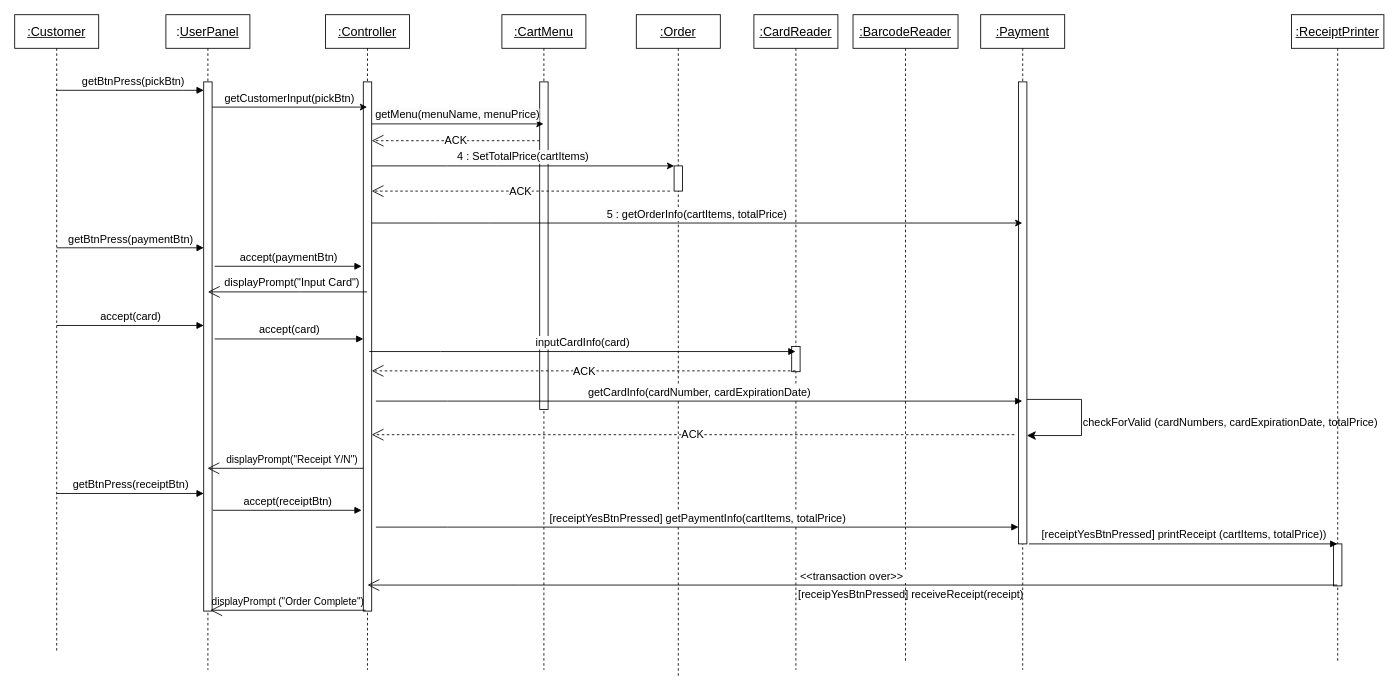
SSWU-light-2021/kiosk_UML keeps this draw.io diagram as 제목 없는 다이어그램.drawio. Above is the earlier version. Source tidied: cells renumbered, new cells numbered last; positions are measured from the earlier drawing's top-left corner, leaving out a move shared by most shapes. Both pictures are drawn from the tidied source at 84%, with x=0, y=0 at pixel (14, 14).
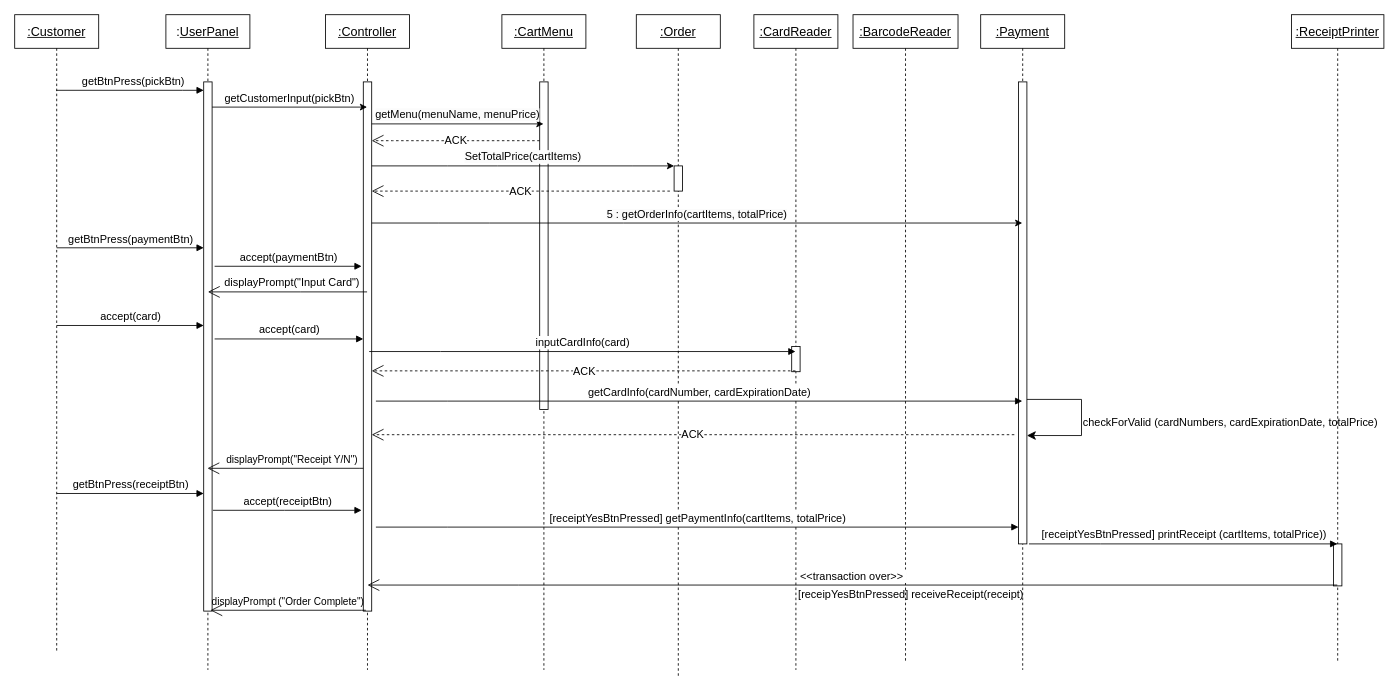
Above is the later version.

Commit message (it also covers changes not shown here):
제목 없는 다이어그램.drawio 업데이트

The change refers to these unchanged cells:
```xml
<mxCell id="7" style="html=1;points=[];perimeter=orthogonalPerimeter;outlineConnect=0;targetShapes=umlLifeline;portConstraint=eastwest;newEdgeStyle={&quot;edgeStyle&quot;:&quot;elbowEdgeStyle&quot;,&quot;elbow&quot;:&quot;vertical&quot;,&quot;curved&quot;:0,&quot;rounded&quot;:0};" parent="6" vertex="1">
  <mxGeometry x="45" y="80" width="10" height="630" as="geometry" />
</mxCell>
<mxCell id="9" style="html=1;points=[];perimeter=orthogonalPerimeter;outlineConnect=0;targetShapes=umlLifeline;portConstraint=eastwest;newEdgeStyle={&quot;edgeStyle&quot;:&quot;elbowEdgeStyle&quot;,&quot;elbow&quot;:&quot;vertical&quot;,&quot;curved&quot;:0,&quot;rounded&quot;:0};" parent="8" vertex="1">
  <mxGeometry x="45" y="180" width="10" height="30" as="geometry" />
</mxCell>
```

The edit, as a diff of the source:
```diff
@@
-    <mxCell id="23" value="&lt;span style=&quot;color: rgb(0, 0, 0); font-family: Helvetica; font-size: 13px; font-style: normal; font-variant-ligatures: normal; font-variant-caps: normal; font-weight: 400; letter-spacing: normal; orphans: 2; text-align: center; text-indent: 0px; text-transform: none; widows: 2; word-spacing: 0px; -webkit-text-stroke-width: 0px; background-color: rgb(251, 251, 251); text-decoration-thickness: initial; text-decoration-style: initial; text-decoration-color: initial; float: none; display: inline !important;&quot;&gt;4 :&amp;nbsp;SetTotalPrice(cartItems)&lt;/span&gt;" style="endArrow=classic;html=1;rounded=0;labelPosition=center;verticalLabelPosition=top;align=center;verticalAlign=bottom;" parent="1" edge="1" source="7" target="9">
+    <mxCell id="23" value="&lt;span style=&quot;color: rgb(0, 0, 0); font-family: Helvetica; font-size: 13px; font-style: normal; font-variant-ligatures: normal; font-variant-caps: normal; font-weight: 400; letter-spacing: normal; orphans: 2; text-align: center; text-indent: 0px; text-transform: none; widows: 2; word-spacing: 0px; -webkit-text-stroke-width: 0px; background-color: rgb(251, 251, 251); text-decoration-thickness: initial; text-decoration-style: initial; text-decoration-color: initial; float: none; display: inline !important;&quot;&gt;SetTotalPrice(cartItems)&lt;/span&gt;" style="endArrow=classic;html=1;rounded=0;labelPosition=center;verticalLabelPosition=top;align=center;verticalAlign=bottom;" parent="1" edge="1" source="7" target="9">
       <mxGeometry relative="1" as="geometry">
         <Array as="points">
           <mxPoint x="515" y="180" />
           <mxPoint x="575" y="180" />
           <mxPoint x="735" y="180" />
         </Array>
       </mxGeometry>
     </mxCell>
```
